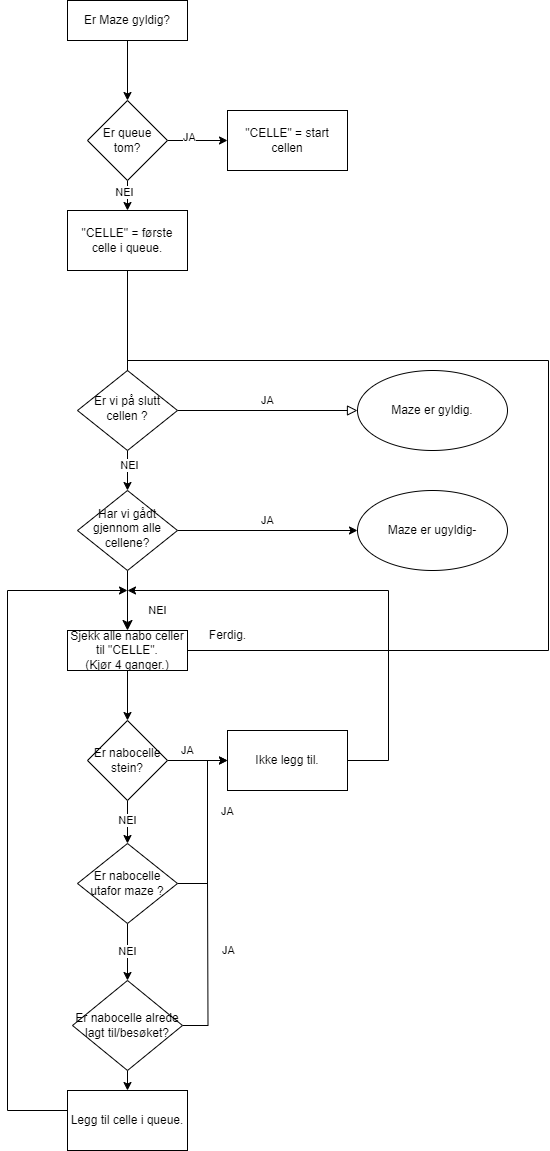
Above: Oppgave3/flyktskjema oppgave3.png in Eduard2303/Vurderingoppgave-Vanskelig (draw.io), before the change. Source tidied: cells renumbered, new cells last; positions are measured from the earlier drawing's top-left corner, leaving out a move shared by most shapes.
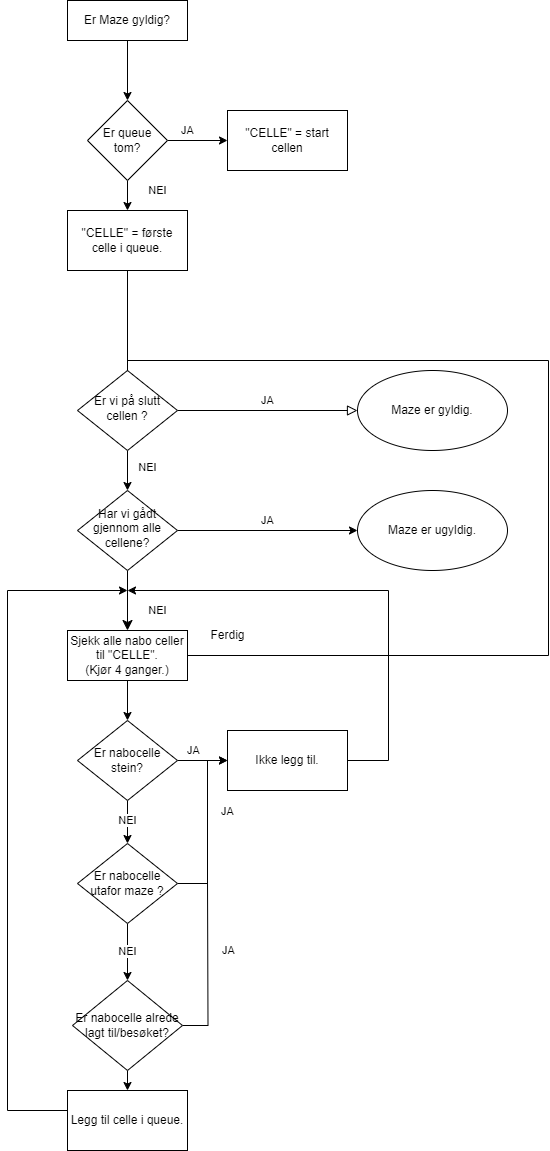
After the commit.

What changed in the source:
```diff
@@ -15,7 +15,9 @@
       <mxGeometry relative="1" as="geometry" />
     </mxCell>
     <mxCell id="6" value="NEI" style="edgeLabel;html=1;align=center;verticalAlign=middle;" parent="5" vertex="1">
-      <mxGeometry x="-0.23" y="2" relative="1" as="geometry" />
+      <mxGeometry x="-0.23" y="2" relative="1" as="geometry">
+        <mxPoint x="18" y="2" as="offset" />
+      </mxGeometry>
     </mxCell>
     <mxCell id="7" value="Er vi på slutt cellen ?" style="rhombus;whiteSpace=wrap;html=1;shadow=0;fontFamily=Helvetica;fontSize=12;align=center;strokeWidth=1;spacing=6;spacingTop=-4;rounded=0;" parent="1" vertex="1">
       <mxGeometry x="70" y="370" width="100" height="80" as="geometry" />
@@ -40,14 +42,14 @@
     <mxCell id="13" style="edgeStyle=orthogonalEdgeStyle;rounded=0;jettySize=auto;html=1;entryX=0.5;entryY=0;entryDx=0;entryDy=0;endArrow=none;endFill=0;" parent="1" edge="1" source="14" target="7">
       <mxGeometry relative="1" as="geometry">
         <Array as="points">
-          <mxPoint x="541" y="650" />
+          <mxPoint x="541" y="655" />
           <mxPoint x="541" y="360" />
           <mxPoint x="120" y="360" />
         </Array>
       </mxGeometry>
     </mxCell>
     <mxCell id="14" value="Sjekk alle nabo celler til &quot;CELLE&quot;.&lt;div&gt;(Kjør 4 ganger.)&lt;/div&gt;" style="rounded=0;whiteSpace=wrap;html=1;fontSize=12;glass=0;strokeWidth=1;shadow=0;imageAspect=1;" parent="1" vertex="1">
-      <mxGeometry x="60" y="630" width="120" height="40" as="geometry" />
+      <mxGeometry x="60" y="630" width="120" height="50" as="geometry" />
     </mxCell>
     <mxCell id="15" style="edgeStyle=orthogonalEdgeStyle;rounded=0;jettySize=auto;html=1;" parent="1" edge="1" source="19" target="21">
       <mxGeometry relative="1" as="geometry" />
@@ -64,7 +66,7 @@
       <mxGeometry x="-0.12" relative="1" as="geometry" />
     </mxCell>
     <mxCell id="19" value="Er nabocelle stein?" style="rhombus;whiteSpace=wrap;html=1;rounded=0;glass=0;strokeWidth=1;shadow=0;" parent="1" vertex="1">
-      <mxGeometry x="80" y="720" width="80" height="80" as="geometry" />
+      <mxGeometry x="70" y="720" width="100" height="80" as="geometry" />
     </mxCell>
     <mxCell id="20" style="edgeStyle=orthogonalEdgeStyle;rounded=0;jettySize=auto;html=1;endArrow=classic;endFill=1;" parent="1" edge="1" source="21">
       <mxGeometry relative="1" as="geometry">
@@ -134,20 +136,24 @@
     <mxCell id="32" value="Legg til celle i queue." style="whiteSpace=wrap;html=1;rounded=0;glass=0;strokeWidth=1;shadow=0;" parent="1" vertex="1">
       <mxGeometry x="60" y="1090" width="120" height="60" as="geometry" />
     </mxCell>
-    <mxCell id="33" value="Ferdig." style="text;html=1;align=center;verticalAlign=middle;strokeColor=none;fillColor=none;" parent="1" vertex="1">
+    <mxCell id="33" value="Ferdig" style="text;html=1;align=center;verticalAlign=middle;strokeColor=none;fillColor=none;" parent="1" vertex="1">
       <mxGeometry x="190" y="620" width="60" height="30" as="geometry" />
     </mxCell>
     <mxCell id="34" style="edgeStyle=orthogonalEdgeStyle;rounded=0;jettySize=auto;html=1;" parent="1" edge="1" source="38" target="39">
       <mxGeometry relative="1" as="geometry" />
     </mxCell>
     <mxCell id="35" value="JA" style="edgeLabel;html=1;align=center;verticalAlign=middle;" parent="34" vertex="1">
-      <mxGeometry x="-0.27" y="3" relative="1" as="geometry" />
+      <mxGeometry x="-0.27" y="3" relative="1" as="geometry">
+        <mxPoint x="-2" y="-7" as="offset" />
+      </mxGeometry>
     </mxCell>
     <mxCell id="36" style="edgeStyle=orthogonalEdgeStyle;rounded=0;jettySize=auto;html=1;" parent="1" edge="1" source="38" target="41">
       <mxGeometry relative="1" as="geometry" />
     </mxCell>
     <mxCell id="37" value="NEI" style="edgeLabel;html=1;align=center;verticalAlign=middle;" parent="36" vertex="1">
-      <mxGeometry x="0.28" y="-3" relative="1" as="geometry" />
+      <mxGeometry x="0.28" y="-3" relative="1" as="geometry">
+        <mxPoint x="33" y="-2" as="offset" />
+      </mxGeometry>
     </mxCell>
     <mxCell id="38" value="Er queue tom?" style="rhombus;whiteSpace=wrap;html=1;rounded=0;glass=0;strokeWidth=1;shadow=0;" parent="1" vertex="1">
       <mxGeometry x="80" y="100" width="80" height="80" as="geometry" />
@@ -161,7 +167,7 @@
     <mxCell id="41" value="&quot;CELLE&quot; = første celle i queue." style="rounded=0;whiteSpace=wrap;html=1;glass=0;strokeWidth=1;shadow=0;" parent="1" vertex="1">
       <mxGeometry x="60" y="210" width="120" height="60" as="geometry" />
     </mxCell>
-    <mxCell id="42" value="Maze er ugyldig-" style="ellipse;whiteSpace=wrap;html=1;" parent="1" vertex="1">
+    <mxCell id="42" value="Maze er ugyldig." style="ellipse;whiteSpace=wrap;html=1;" parent="1" vertex="1">
       <mxGeometry x="350" y="490" width="150" height="80" as="geometry" />
     </mxCell>
     <mxCell id="43" value="Maze er gyldig." style="ellipse;whiteSpace=wrap;html=1;" parent="1" vertex="1">
```
